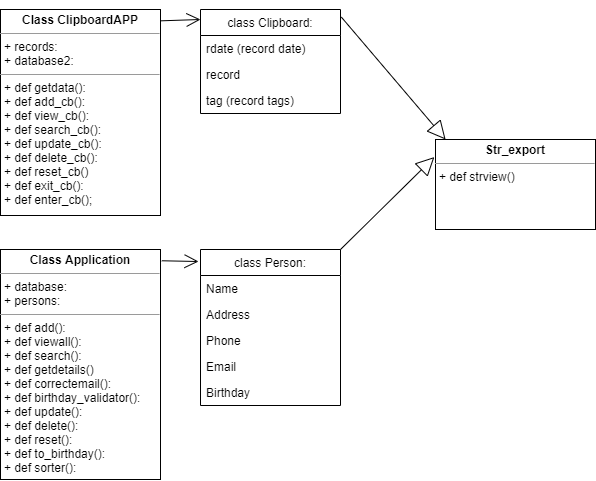
The draw.io diagram Untitled Diagram.png in ValkoYurii/PythonWeb-GoIT, before a commit. Source tidied: cells renumbered, new cells last; positions are measured from the earlier drawing's top-left corner, leaving out a move shared by most shapes. Its diagram source:
```xml
<mxGraphModel>
  <root>
    <mxCell id="0" />
    <mxCell id="1" parent="0" />
    <mxCell id="2" value="class Clipboard:" style="swimlane;fontStyle=0;horizontal=1;startSize=26;fillColor=none;" parent="1" vertex="1">
      <mxGeometry x="200" width="140" height="104" as="geometry" />
    </mxCell>
    <mxCell id="3" value="rdate (record date)" style="text;strokeColor=none;fillColor=none;align=left;verticalAlign=top;spacingLeft=4;spacingRight=4;overflow=hidden;" parent="2" vertex="1">
      <mxGeometry y="26" width="140" height="26" as="geometry" />
    </mxCell>
    <mxCell id="4" value="record" style="text;strokeColor=none;fillColor=none;align=left;verticalAlign=top;spacingLeft=4;spacingRight=4;overflow=hidden;" parent="2" vertex="1">
      <mxGeometry y="52" width="140" height="26" as="geometry" />
    </mxCell>
    <mxCell id="5" value="tag (record tags)" style="text;strokeColor=none;fillColor=none;align=left;verticalAlign=top;spacingLeft=4;spacingRight=4;overflow=hidden;" parent="2" vertex="1">
      <mxGeometry y="78" width="140" height="26" as="geometry" />
    </mxCell>
    <mxCell id="6" value="class Person:" style="swimlane;fontStyle=0;horizontal=1;startSize=26;fillColor=none;" parent="1" vertex="1">
      <mxGeometry x="200" y="240" width="140" height="156" as="geometry" />
    </mxCell>
    <mxCell id="7" value="Name" style="text;strokeColor=none;fillColor=none;align=left;verticalAlign=top;spacingLeft=4;spacingRight=4;overflow=hidden;" parent="6" vertex="1">
      <mxGeometry y="26" width="140" height="26" as="geometry" />
    </mxCell>
    <mxCell id="8" value="Address" style="text;strokeColor=none;fillColor=none;align=left;verticalAlign=top;spacingLeft=4;spacingRight=4;overflow=hidden;" parent="6" vertex="1">
      <mxGeometry y="52" width="140" height="26" as="geometry" />
    </mxCell>
    <mxCell id="9" value="Phone" style="text;strokeColor=none;fillColor=none;align=left;verticalAlign=top;spacingLeft=4;spacingRight=4;overflow=hidden;" parent="6" vertex="1">
      <mxGeometry y="78" width="140" height="26" as="geometry" />
    </mxCell>
    <mxCell id="10" value="Email" style="text;strokeColor=none;fillColor=none;align=left;verticalAlign=top;spacingLeft=4;spacingRight=4;overflow=hidden;" parent="6" vertex="1">
      <mxGeometry y="104" width="140" height="26" as="geometry" />
    </mxCell>
    <mxCell id="11" value="Birthday&#10;" style="text;strokeColor=none;fillColor=none;align=left;verticalAlign=top;spacingLeft=4;spacingRight=4;overflow=hidden;" parent="6" vertex="1">
      <mxGeometry y="130" width="140" height="26" as="geometry" />
    </mxCell>
    <mxCell id="12" value="&lt;p style=&quot;margin: 0px ; margin-top: 4px ; text-align: center&quot;&gt;&lt;b&gt;Class ClipboardAPP&lt;/b&gt;&lt;/p&gt;&lt;hr size=&quot;1&quot;&gt;&lt;p style=&quot;margin: 0px ; margin-left: 4px&quot;&gt;+ records:&lt;/p&gt;&lt;p style=&quot;margin: 0px ; margin-left: 4px&quot;&gt;+ database2:&lt;/p&gt;&lt;hr size=&quot;1&quot;&gt;&lt;p style=&quot;margin: 0px ; margin-left: 4px&quot;&gt;+ def getdata():&lt;/p&gt;&lt;p style=&quot;margin: 0px ; margin-left: 4px&quot;&gt;+ def add_cb():&lt;/p&gt;&lt;p style=&quot;margin: 0px ; margin-left: 4px&quot;&gt;+ def view_cb():&lt;/p&gt;&lt;p style=&quot;margin: 0px ; margin-left: 4px&quot;&gt;+ def search_cb():&lt;/p&gt;&lt;p style=&quot;margin: 0px ; margin-left: 4px&quot;&gt;+ def update_cb():&lt;/p&gt;&lt;p style=&quot;margin: 0px ; margin-left: 4px&quot;&gt;+ def delete_cb():&lt;/p&gt;&lt;p style=&quot;margin: 0px ; margin-left: 4px&quot;&gt;+ def reset_cb()&lt;/p&gt;&lt;p style=&quot;margin: 0px ; margin-left: 4px&quot;&gt;+ def exit_cb():&lt;/p&gt;&lt;p style=&quot;margin: 0px ; margin-left: 4px&quot;&gt;+ def enter_cb();&lt;/p&gt;" style="verticalAlign=top;align=left;overflow=fill;fontSize=12;fontFamily=Helvetica;html=1;" parent="1" vertex="1">
      <mxGeometry width="160" height="206" as="geometry" />
    </mxCell>
    <mxCell id="13" value="&lt;p style=&quot;margin: 0px ; margin-top: 4px ; text-align: center&quot;&gt;&lt;b&gt;Class Application&lt;/b&gt;&lt;/p&gt;&lt;hr size=&quot;1&quot;&gt;&lt;p style=&quot;margin: 0px ; margin-left: 4px&quot;&gt;+ database:&lt;/p&gt;&lt;p style=&quot;margin: 0px ; margin-left: 4px&quot;&gt;+ persons:&lt;/p&gt;&lt;hr size=&quot;1&quot;&gt;&lt;p style=&quot;margin: 0px ; margin-left: 4px&quot;&gt;+ def add():&lt;/p&gt;&lt;p style=&quot;margin: 0px ; margin-left: 4px&quot;&gt;+ def viewall():&lt;br&gt;&lt;/p&gt;&lt;p style=&quot;margin: 0px ; margin-left: 4px&quot;&gt;+ def search():&lt;/p&gt;&lt;p style=&quot;margin: 0px ; margin-left: 4px&quot;&gt;+ def getdetails()&lt;/p&gt;&lt;p style=&quot;margin: 0px ; margin-left: 4px&quot;&gt;+ def correctemail():&lt;/p&gt;&lt;p style=&quot;margin: 0px ; margin-left: 4px&quot;&gt;+ def birthday_validator():&lt;/p&gt;&lt;p style=&quot;margin: 0px ; margin-left: 4px&quot;&gt;+ def update():&lt;/p&gt;&lt;p style=&quot;margin: 0px ; margin-left: 4px&quot;&gt;+ def delete():&lt;/p&gt;&lt;p style=&quot;margin: 0px ; margin-left: 4px&quot;&gt;+ def reset():&lt;/p&gt;&lt;p style=&quot;margin: 0px ; margin-left: 4px&quot;&gt;+ def to_birthday():&lt;/p&gt;&lt;p style=&quot;margin: 0px ; margin-left: 4px&quot;&gt;+ def sorter():&lt;/p&gt;" style="verticalAlign=top;align=left;overflow=fill;fontSize=12;fontFamily=Helvetica;html=1;" parent="1" vertex="1">
      <mxGeometry y="240" width="160" height="230" as="geometry" />
    </mxCell>
    <mxCell id="14" style="endArrow=open;endFill=1;endSize=12;html=1;exitX=1.008;exitY=0.049;exitDx=0;exitDy=0;exitPerimeter=0;entryX=-0.014;entryY=0.077;entryDx=0;entryDy=0;entryPerimeter=0;" parent="1" edge="1" source="13" target="6">
      <mxGeometry relative="1" as="geometry" />
    </mxCell>
    <mxCell id="15" style="endArrow=open;endFill=1;endSize=12;html=1;exitX=1.002;exitY=0.055;exitDx=0;exitDy=0;exitPerimeter=0;" parent="1" edge="1" source="12">
      <mxGeometry relative="1" as="geometry">
        <mxPoint x="200" y="10" as="targetPoint" />
      </mxGeometry>
    </mxCell>
    <mxCell id="16" value="&lt;p style=&quot;margin: 0px ; margin-top: 4px ; text-align: center&quot;&gt;&lt;b&gt;Str_export&lt;/b&gt;&lt;/p&gt;&lt;hr size=&quot;1&quot;&gt;&lt;p style=&quot;margin: 0px ; margin-left: 4px&quot;&gt;+ def strview()&lt;/p&gt;" style="verticalAlign=top;align=left;overflow=fill;fontSize=12;fontFamily=Helvetica;html=1;" parent="1" vertex="1">
      <mxGeometry x="435" y="130" width="160" height="90" as="geometry" />
    </mxCell>
    <mxCell id="17" value="Extends" style="endArrow=block;endSize=16;endFill=0;html=1;exitX=1.006;exitY=0.073;exitDx=0;exitDy=0;exitPerimeter=0;entryX=0.063;entryY=0;entryDx=0;entryDy=0;entryPerimeter=0;noLabel=1;fontColor=none;" parent="1" edge="1" source="2" target="16">
      <mxGeometry relative="1" as="geometry" />
    </mxCell>
    <mxCell id="18" value="Extends" style="endArrow=block;endSize=16;endFill=0;html=1;exitX=1;exitY=0;exitDx=0;exitDy=0;entryX=-0.007;entryY=0.195;entryDx=0;entryDy=0;entryPerimeter=0;noLabel=1;fontColor=none;" parent="1" edge="1" source="6" target="16">
      <mxGeometry relative="1" as="geometry" />
    </mxCell>
  </root>
</mxGraphModel>
```
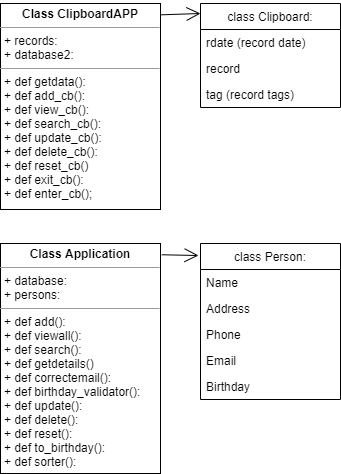
The same diagram one commit later.

Change to the diagram source:
```diff
@@ -46,14 +46,5 @@
         <mxPoint x="200" y="10" as="targetPoint" />
       </mxGeometry>
     </mxCell>
-    <mxCell id="16" value="&lt;p style=&quot;margin: 0px ; margin-top: 4px ; text-align: center&quot;&gt;&lt;b&gt;Str_export&lt;/b&gt;&lt;/p&gt;&lt;hr size=&quot;1&quot;&gt;&lt;p style=&quot;margin: 0px ; margin-left: 4px&quot;&gt;+ def strview()&lt;/p&gt;" style="verticalAlign=top;align=left;overflow=fill;fontSize=12;fontFamily=Helvetica;html=1;" parent="1" vertex="1">
-      <mxGeometry x="435" y="130" width="160" height="90" as="geometry" />
-    </mxCell>
-    <mxCell id="17" value="Extends" style="endArrow=block;endSize=16;endFill=0;html=1;exitX=1.006;exitY=0.073;exitDx=0;exitDy=0;exitPerimeter=0;entryX=0.063;entryY=0;entryDx=0;entryDy=0;entryPerimeter=0;noLabel=1;fontColor=none;" parent="1" edge="1" source="2" target="16">
-      <mxGeometry relative="1" as="geometry" />
-    </mxCell>
-    <mxCell id="18" value="Extends" style="endArrow=block;endSize=16;endFill=0;html=1;exitX=1;exitY=0;exitDx=0;exitDy=0;entryX=-0.007;entryY=0.195;entryDx=0;entryDy=0;entryPerimeter=0;noLabel=1;fontColor=none;" parent="1" edge="1" source="6" target="16">
-      <mxGeometry relative="1" as="geometry" />
-    </mxCell>
   </root>
 </mxGraphModel>
```
